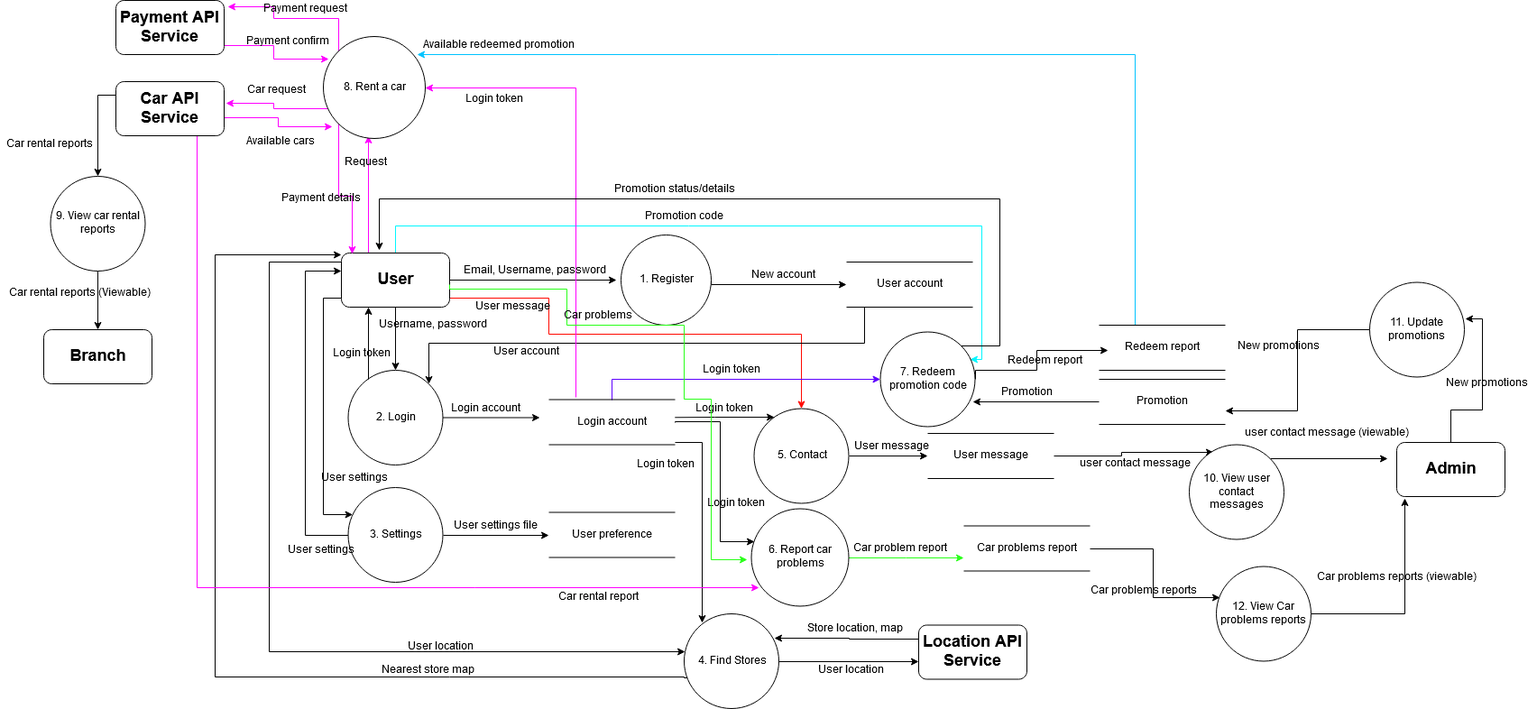
Earlier version of the draw.io export DFD1.png (ICT-Mahidol/2019-ITCS371-2-ORgates). Source tidied: cells renumbered, new cells last; positions are measured from the earlier drawing's top-left corner, leaving out a move shared by most shapes.
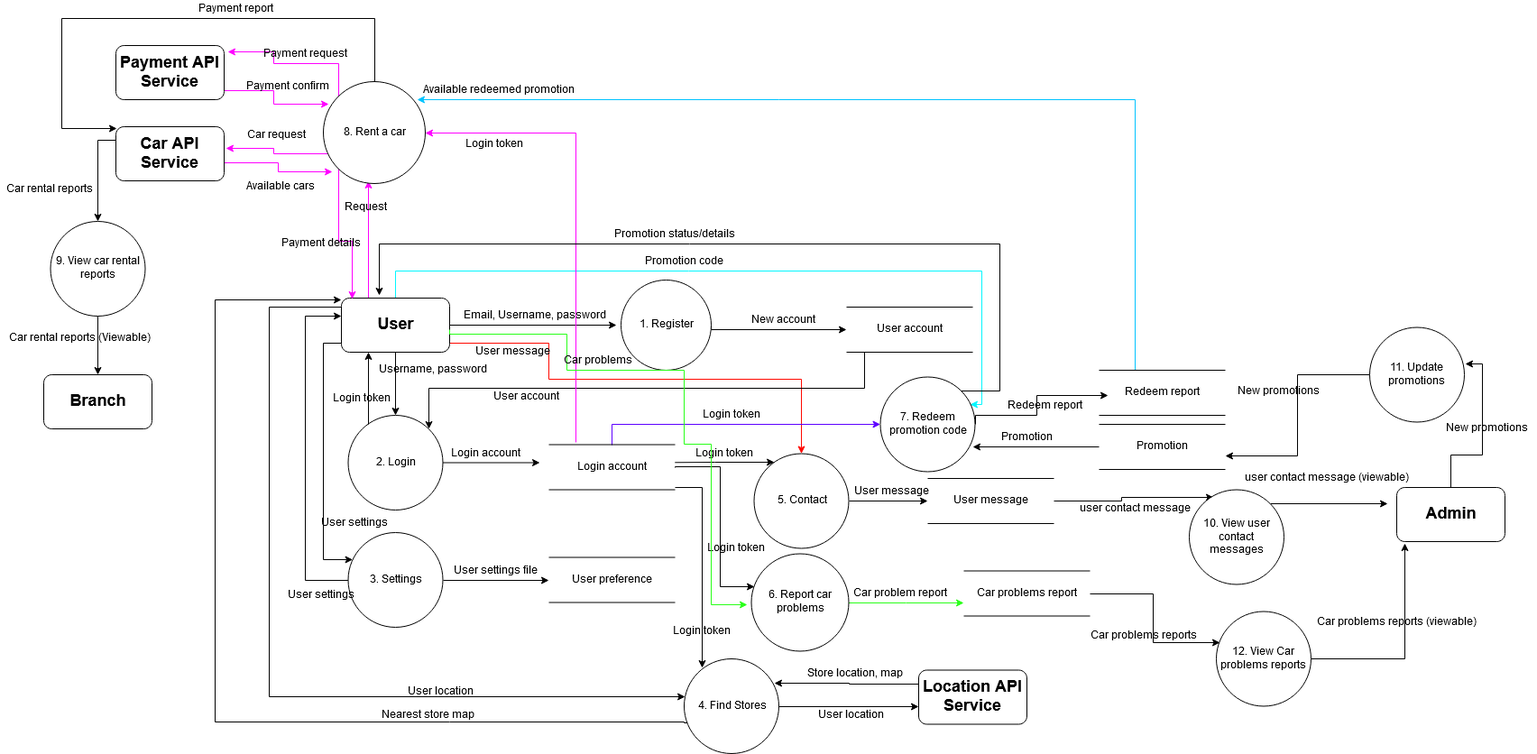
The same diagram one commit later.

What changed in the source:
```diff
@@ -220,7 +220,7 @@
       <mxGeometry x="763" y="442.5" width="80" height="20" as="geometry" />
     </mxCell>
     <mxCell id="49" value="Login token" style="text;html=1;align=center;verticalAlign=middle;" parent="1" vertex="1">
-      <mxGeometry x="698" y="505" width="80" height="20" as="geometry" />
+      <mxGeometry x="738" y="640" width="80" height="20" as="geometry" />
     </mxCell>
     <mxCell id="50" style="edgeStyle=orthogonalEdgeStyle;rounded=0;jettySize=auto;html=1;exitX=1;exitY=0.5;exitDx=0;exitDy=0;entryX=0.257;entryY=0.081;entryDx=0;entryDy=0;entryPerimeter=0;strokeColor=#000000;" parent="1" edge="1" source="51" target="99">
       <mxGeometry relative="1" as="geometry" />
@@ -331,6 +331,15 @@
         </Array>
       </mxGeometry>
     </mxCell>
+    <mxCell id="111" style="edgeStyle=orthogonalEdgeStyle;rounded=0;jettySize=auto;html=1;exitX=0.5;exitY=0;exitDx=0;exitDy=0;entryX=0.008;entryY=0.033;entryDx=0;entryDy=0;entryPerimeter=0;" parent="1" edge="1" source="73" target="82">
+      <mxGeometry relative="1" as="geometry">
+        <Array as="points">
+          <mxPoint x="415" y="-30" />
+          <mxPoint x="68" y="-30" />
+          <mxPoint x="68" y="92" />
+        </Array>
+      </mxGeometry>
+    </mxCell>
     <mxCell id="73" value="8. Rent a car" style="ellipse;whiteSpace=wrap;html=1;strokeColor=#000000;" parent="1" vertex="1">
       <mxGeometry x="358" y="40" width="113" height="113" as="geometry" />
     </mxCell>
@@ -368,13 +377,6 @@
     <mxCell id="80" style="edgeStyle=orthogonalEdgeStyle;rounded=0;jettySize=auto;html=1;exitX=0;exitY=0.25;exitDx=0;exitDy=0;strokeColor=#000000;" parent="1" edge="1" source="82" target="94">
       <mxGeometry relative="1" as="geometry" />
     </mxCell>
-    <mxCell id="81" style="edgeStyle=orthogonalEdgeStyle;rounded=0;jettySize=auto;html=1;exitX=0.75;exitY=1;exitDx=0;exitDy=0;entryX=0.079;entryY=0.81;entryDx=0;entryDy=0;entryPerimeter=0;strokeColor=#FF00FF;" parent="1" edge="1" source="82" target="54">
-      <mxGeometry relative="1" as="geometry">
-        <Array as="points">
-          <mxPoint x="218" y="651" />
-        </Array>
-      </mxGeometry>
-    </mxCell>
     <mxCell id="82" value="&lt;b&gt;&lt;font style=&quot;font-size: 18px&quot;&gt;Car API Service&lt;/font&gt;&lt;/b&gt;" style="rounded=1;whiteSpace=wrap;html=1;" parent="1" vertex="1">
       <mxGeometry x="128" y="90" width="120" height="60" as="geometry" />
     </mxCell>
@@ -461,8 +463,8 @@
     <mxCell id="109" value="Car problems reports" style="text;html=1;align=center;verticalAlign=middle;" parent="1" vertex="1">
       <mxGeometry x="1203" y="645" width="130" height="20" as="geometry" />
     </mxCell>
-    <mxCell id="110" value="Car rental report" style="text;html=1;align=center;verticalAlign=middle;" parent="1" vertex="1">
-      <mxGeometry x="613" y="651.5" width="100" height="20" as="geometry" />
-    </mxCell>
+    <mxCell id="112" value="Payment report" style="text;html=1;align=center;verticalAlign=middle;" parent="1" vertex="1">
+      <mxGeometry x="211" y="-50" width="100" height="20" as="geometry" />
+    </mxCell>
   </root>
 </mxGraphModel>
```
